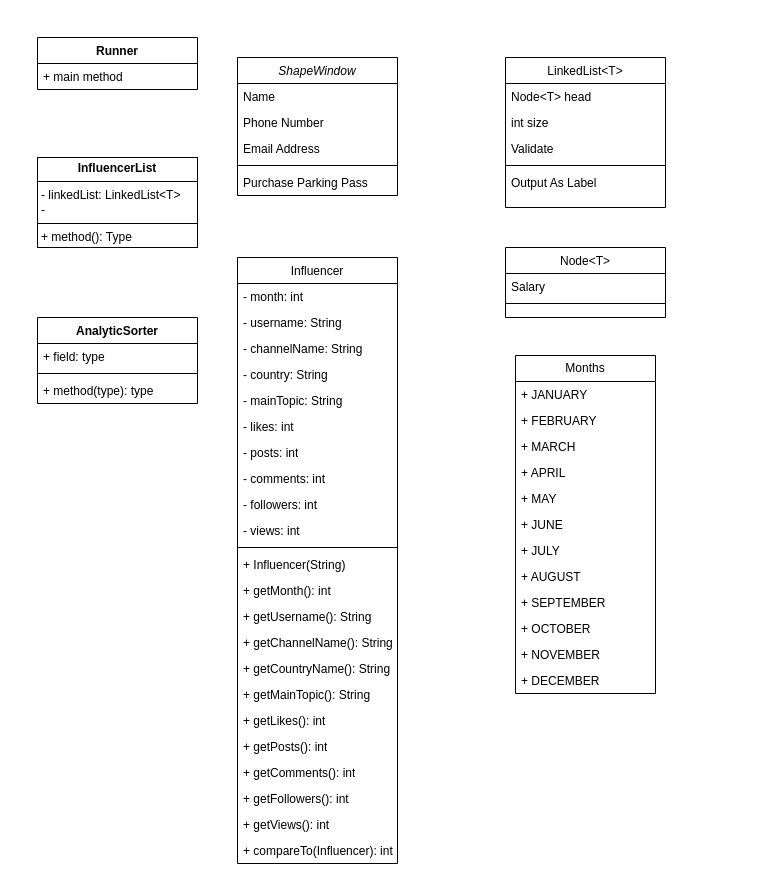
joshuap00/Prj5_UML keeps this draw.io diagram as Project5_UML.drawio. Above is the earlier version. Source tidied: cells renumbered, new cells numbered last; positions are measured from the earlier drawing's top-left corner, leaving out a move shared by most shapes. Both pictures are drawn from the tidied source at 100%, with x=0, y=0 at pixel (37, 37).
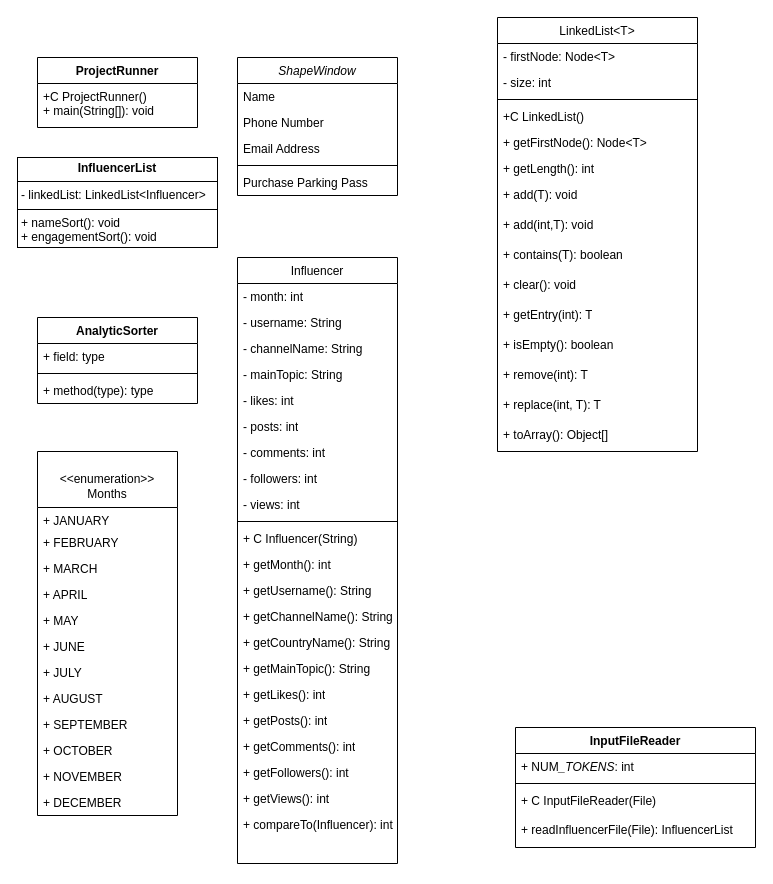
The same diagram, later.

The change refers to these unchanged cells:
```xml
<mxCell id="8" value="Influencer" style="swimlane;fontStyle=0;align=center;verticalAlign=top;horizontal=1;startSize=26;rounded=0;shadow=0;strokeWidth=1;" parent="1" vertex="1">
  <mxGeometry x="200" y="220" width="160" height="606" as="geometry" />
</mxCell>
```

Diff of the diagram source:
```diff
@@
-    <mxCell id="12" value="- country: String" style="text;strokeColor=none;fillColor=none;align=left;verticalAlign=top;spacingLeft=4;spacingRight=4;overflow=hidden;whiteSpace=wrap;html=1;" parent="8" vertex="1">
-      <mxGeometry y="104" width="160" height="26" as="geometry" />
-    </mxCell>
     <mxCell id="13" value="- mainTopic: String" style="text;strokeColor=none;fillColor=none;align=left;verticalAlign=top;spacingLeft=4;spacingRight=4;overflow=hidden;whiteSpace=wrap;html=1;" parent="8" vertex="1">
-      <mxGeometry y="130" width="160" height="26" as="geometry" />
+      <mxGeometry y="104" width="160" height="26" as="geometry" />
     </mxCell>
     <mxCell id="14" value="- likes: int" style="text;strokeColor=none;fillColor=none;align=left;verticalAlign=top;spacingLeft=4;spacingRight=4;overflow=hidden;whiteSpace=wrap;html=1;" parent="8" vertex="1">
-      <mxGeometry y="156" width="160" height="26" as="geometry" />
+      <mxGeometry y="130" width="160" height="26" as="geometry" />
     </mxCell>
     <mxCell id="15" value="- posts: int" style="text;strokeColor=none;fillColor=none;align=left;verticalAlign=top;spacingLeft=4;spacingRight=4;overflow=hidden;whiteSpace=wrap;html=1;" parent="8" vertex="1">
-      <mxGeometry y="182" width="160" height="26" as="geometry" />
+      <mxGeometry y="156" width="160" height="26" as="geometry" />
     </mxCell>
     <mxCell id="16" value="- comments: int" style="text;strokeColor=none;fillColor=none;align=left;verticalAlign=top;spacingLeft=4;spacingRight=4;overflow=hidden;whiteSpace=wrap;html=1;" parent="8" vertex="1">
-      <mxGeometry y="208" width="160" height="26" as="geometry" />
+      <mxGeometry y="182" width="160" height="26" as="geometry" />
     </mxCell>
     <mxCell id="17" value="- followers: int" style="text;strokeColor=none;fillColor=none;align=left;verticalAlign=top;spacingLeft=4;spacingRight=4;overflow=hidden;whiteSpace=wrap;html=1;" parent="8" vertex="1">
-      <mxGeometry y="234" width="160" height="26" as="geometry" />
+      <mxGeometry y="208" width="160" height="26" as="geometry" />
     </mxCell>
     <mxCell id="18" value="- views: int" style="text;strokeColor=none;fillColor=none;align=left;verticalAlign=top;spacingLeft=4;spacingRight=4;overflow=hidden;whiteSpace=wrap;html=1;" parent="8" vertex="1">
-      <mxGeometry y="260" width="160" height="26" as="geometry" />
+      <mxGeometry y="234" width="160" height="26" as="geometry" />
     </mxCell>
     <mxCell id="19" style="line;html=1;strokeWidth=1;align=left;verticalAlign=middle;spacingTop=-1;spacingLeft=3;spacingRight=3;labelPosition=right;" parent="8" vertex="1">
-      <mxGeometry y="286" width="160" height="8" as="geometry" />
+      <mxGeometry y="260" width="160" height="8" as="geometry" />
     </mxCell>
-    <mxCell id="20" value="+ Influencer(String)" style="text;strokeColor=none;fillColor=none;align=left;verticalAlign=top;spacingLeft=4;spacingRight=4;overflow=hidden;whiteSpace=wrap;html=1;" parent="8" vertex="1">
-      <mxGeometry y="294" width="160" height="26" as="geometry" />
+    <mxCell id="20" value="+ C Influencer(String)" style="text;strokeColor=none;fillColor=none;align=left;verticalAlign=top;spacingLeft=4;spacingRight=4;overflow=hidden;whiteSpace=wrap;html=1;" parent="8" vertex="1">
+      <mxGeometry y="268" width="160" height="26" as="geometry" />
     </mxCell>
     <mxCell id="21" value="+ getMonth(): int" style="text;strokeColor=none;fillColor=none;align=left;verticalAlign=top;spacingLeft=4;spacingRight=4;overflow=hidden;whiteSpace=wrap;html=1;" parent="8" vertex="1">
-      <mxGeometry y="320" width="160" height="26" as="geometry" />
+      <mxGeometry y="294" width="160" height="26" as="geometry" />
     </mxCell>
     <mxCell id="22" value="+ getUsername(): String" style="text;strokeColor=none;fillColor=none;align=left;verticalAlign=top;spacingLeft=4;spacingRight=4;overflow=hidden;whiteSpace=wrap;html=1;" parent="8" vertex="1">
-      <mxGeometry y="346" width="160" height="26" as="geometry" />
+      <mxGeometry y="320" width="160" height="26" as="geometry" />
     </mxCell>
     <mxCell id="23" value="+ getChannelName(): String" style="text;strokeColor=none;fillColor=none;align=left;verticalAlign=top;spacingLeft=4;spacingRight=4;overflow=hidden;whiteSpace=wrap;html=1;" parent="8" vertex="1">
-      <mxGeometry y="372" width="160" height="26" as="geometry" />
+      <mxGeometry y="346" width="160" height="26" as="geometry" />
     </mxCell>
     <mxCell id="24" value="+ getCountryName(): String" style="text;strokeColor=none;fillColor=none;align=left;verticalAlign=top;spacingLeft=4;spacingRight=4;overflow=hidden;whiteSpace=wrap;html=1;" parent="8" vertex="1">
-      <mxGeometry y="398" width="160" height="26" as="geometry" />
+      <mxGeometry y="372" width="160" height="26" as="geometry" />
     </mxCell>
     <mxCell id="25" value="+ getMainTopic(): String" style="text;strokeColor=none;fillColor=none;align=left;verticalAlign=top;spacingLeft=4;spacingRight=4;overflow=hidden;whiteSpace=wrap;html=1;" parent="8" vertex="1">
-      <mxGeometry y="424" width="160" height="26" as="geometry" />
+      <mxGeometry y="398" width="160" height="26" as="geometry" />
     </mxCell>
     <mxCell id="26" value="+ getLikes(): int" style="text;strokeColor=none;fillColor=none;align=left;verticalAlign=top;spacingLeft=4;spacingRight=4;overflow=hidden;whiteSpace=wrap;html=1;" parent="8" vertex="1">
-      <mxGeometry y="450" width="160" height="26" as="geometry" />
+      <mxGeometry y="424" width="160" height="26" as="geometry" />
     </mxCell>
     <mxCell id="27" value="+ getPosts(): int" style="text;strokeColor=none;fillColor=none;align=left;verticalAlign=top;spacingLeft=4;spacingRight=4;overflow=hidden;whiteSpace=wrap;html=1;" parent="8" vertex="1">
-      <mxGeometry y="476" width="160" height="26" as="geometry" />
+      <mxGeometry y="450" width="160" height="26" as="geometry" />
     </mxCell>
     <mxCell id="28" value="+ getComments(): int" style="text;strokeColor=none;fillColor=none;align=left;verticalAlign=top;spacingLeft=4;spacingRight=4;overflow=hidden;whiteSpace=wrap;html=1;" parent="8" vertex="1">
-      <mxGeometry y="502" width="160" height="26" as="geometry" />
+      <mxGeometry y="476" width="160" height="26" as="geometry" />
     </mxCell>
     <mxCell id="29" value="+ getFollowers(): int" style="text;strokeColor=none;fillColor=none;align=left;verticalAlign=top;spacingLeft=4;spacingRight=4;overflow=hidden;whiteSpace=wrap;html=1;" parent="8" vertex="1">
-      <mxGeometry y="528" width="160" height="26" as="geometry" />
+      <mxGeometry y="502" width="160" height="26" as="geometry" />
     </mxCell>
     <mxCell id="30" value="+ getViews(): int" style="text;strokeColor=none;fillColor=none;align=left;verticalAlign=top;spacingLeft=4;spacingRight=4;overflow=hidden;whiteSpace=wrap;html=1;" parent="8" vertex="1">
-      <mxGeometry y="554" width="160" height="26" as="geometry" />
+      <mxGeometry y="528" width="160" height="26" as="geometry" />
     </mxCell>
     <mxCell id="31" value="+ compareTo(Influencer): int" style="text;strokeColor=none;fillColor=none;align=left;verticalAlign=top;spacingLeft=4;spacingRight=4;overflow=hidden;whiteSpace=wrap;html=1;" parent="8" vertex="1">
-      <mxGeometry y="580" width="160" height="26" as="geometry" />
+      <mxGeometry y="554" width="160" height="26" as="geometry" />
     </mxCell>
-    <mxCell id="32" value="Node&lt;T&gt;" style="swimlane;fontStyle=0;align=center;verticalAlign=top;horizontal=1;startSize=26;rounded=0;shadow=0;strokeWidth=1;" parent="1" vertex="1">
-      <mxGeometry x="468" y="210" width="160" height="70" as="geometry" />
-    </mxCell>
-    <mxCell id="33" value="Salary" style="text;align=left;verticalAlign=top;spacingLeft=4;spacingRight=4;overflow=hidden;" parent="32" vertex="1">
-      <mxGeometry y="26" width="160" height="26" as="geometry" />
-    </mxCell>
-    <mxCell id="34" style="line;html=1;strokeWidth=1;align=left;verticalAlign=middle;spacingTop=-1;spacingLeft=3;spacingRight=3;labelPosition=right;" parent="32" vertex="1">
-      <mxGeometry y="52" width="160" height="8" as="geometry" />
-    </mxCell>
     <mxCell id="35" value="LinkedList&lt;T&gt;" style="swimlane;fontStyle=0;align=center;verticalAlign=top;horizontal=1;startSize=26;rounded=0;shadow=0;strokeWidth=1;" parent="1" vertex="1">
-      <mxGeometry x="468" y="20" width="160" height="150" as="geometry" />
+      <mxGeometry x="460" y="-20" width="200" height="434" as="geometry" />
     </mxCell>
-    <mxCell id="36" value="Node&lt;T&gt; head" style="text;align=left;verticalAlign=top;spacingLeft=4;spacingRight=4;overflow=hidden;" parent="35" vertex="1">
-      <mxGeometry y="26" width="160" height="26" as="geometry" />
-    </mxCell>
-    <mxCell id="37" value="int size&#10;" style="text;align=left;verticalAlign=top;spacingLeft=4;spacingRight=4;overflow=hidden;rounded=0;shadow=0;html=0;" parent="35" vertex="1">
-      <mxGeometry y="52" width="160" height="26" as="geometry" />
+    <mxCell id="37" value="- firstNode: Node&lt;T&gt;&#10;" style="text;align=left;verticalAlign=top;spacingLeft=4;spacingRight=4;overflow=hidden;rounded=0;shadow=0;html=0;" parent="35" vertex="1">
+      <mxGeometry y="26" width="200" height="26" as="geometry" />
     </mxCell>
-    <mxCell id="38" value="Validate" style="text;align=left;verticalAlign=top;spacingLeft=4;spacingRight=4;overflow=hidden;" parent="35" vertex="1">
-      <mxGeometry y="78" width="160" height="26" as="geometry" />
-    </mxCell>
+    <mxCell id="61" value="- size: int" style="text;strokeColor=none;fillColor=none;align=left;verticalAlign=top;spacingLeft=4;spacingRight=4;overflow=hidden;whiteSpace=wrap;html=1;" parent="35" vertex="1">
+      <mxGeometry y="52" width="200" height="26" as="geometry" />
+    </mxCell>
     <mxCell id="39" style="line;html=1;strokeWidth=1;align=left;verticalAlign=middle;spacingTop=-1;spacingLeft=3;spacingRight=3;labelPosition=right;" parent="35" vertex="1">
-      <mxGeometry y="104" width="160" height="8" as="geometry" />
+      <mxGeometry y="78" width="200" height="8" as="geometry" />
     </mxCell>
-    <mxCell id="40" value="Output As Label" style="text;align=left;verticalAlign=top;spacingLeft=4;spacingRight=4;overflow=hidden;" parent="35" vertex="1">
-      <mxGeometry y="112" width="160" height="26" as="geometry" />
-    </mxCell>
+    <mxCell id="62" value="+C LinkedList()" style="text;strokeColor=none;fillColor=none;align=left;verticalAlign=top;spacingLeft=4;spacingRight=4;overflow=hidden;whiteSpace=wrap;html=1;" parent="35" vertex="1">
+      <mxGeometry y="86" width="200" height="26" as="geometry" />
+    </mxCell>
+    <mxCell id="63" value="+ getFirstNode(): Node&amp;lt;T&amp;gt;" style="text;strokeColor=none;fillColor=none;align=left;verticalAlign=top;spacingLeft=4;spacingRight=4;overflow=hidden;whiteSpace=wrap;html=1;" parent="35" vertex="1">
+      <mxGeometry y="112" width="200" height="26" as="geometry" />
+    </mxCell>
+    <mxCell id="64" value="+ getLength(): int" style="text;strokeColor=none;fillColor=none;align=left;verticalAlign=top;spacingLeft=4;spacingRight=4;overflow=hidden;whiteSpace=wrap;html=1;" parent="35" vertex="1">
+      <mxGeometry y="138" width="200" height="26" as="geometry" />
+    </mxCell>
+    <mxCell id="65" value="+ add(T): void&lt;span style=&quot;white-space: normal;&quot;&gt;&amp;nbsp;&lt;/span&gt;" style="text;strokeColor=none;fillColor=none;align=left;verticalAlign=top;spacingLeft=4;spacingRight=4;overflow=hidden;whiteSpace=wrap;html=1;" parent="35" vertex="1">
+      <mxGeometry y="164" width="200" height="30" as="geometry" />
+    </mxCell>
+    <mxCell id="66" value="+ add(int,T): void&lt;span style=&quot;white-space: normal;&quot;&gt;&amp;nbsp;&lt;/span&gt;" style="text;strokeColor=none;fillColor=none;align=left;verticalAlign=top;spacingLeft=4;spacingRight=4;overflow=hidden;whiteSpace=wrap;html=1;" parent="35" vertex="1">
+      <mxGeometry y="194" width="200" height="30" as="geometry" />
+    </mxCell>
+    <mxCell id="67" value="+&amp;nbsp;contains(T): boolean" style="text;strokeColor=none;fillColor=none;align=left;verticalAlign=top;spacingLeft=4;spacingRight=4;overflow=hidden;whiteSpace=wrap;html=1;" parent="35" vertex="1">
+      <mxGeometry y="224" width="200" height="30" as="geometry" />
+    </mxCell>
+    <mxCell id="68" value="+ clear(): void" style="text;strokeColor=none;fillColor=none;align=left;verticalAlign=top;spacingLeft=4;spacingRight=4;overflow=hidden;whiteSpace=wrap;html=1;" parent="35" vertex="1">
+      <mxGeometry y="254" width="200" height="30" as="geometry" />
+    </mxCell>
+    <mxCell id="69" value="+&amp;nbsp;getEntry(int): T" style="text;strokeColor=none;fillColor=none;align=left;verticalAlign=top;spacingLeft=4;spacingRight=4;overflow=hidden;whiteSpace=wrap;html=1;" parent="35" vertex="1">
+      <mxGeometry y="284" width="200" height="30" as="geometry" />
+    </mxCell>
+    <mxCell id="70" value="+&amp;nbsp;isEmpty(): boolean" style="text;strokeColor=none;fillColor=none;align=left;verticalAlign=top;spacingLeft=4;spacingRight=4;overflow=hidden;whiteSpace=wrap;html=1;" parent="35" vertex="1">
+      <mxGeometry y="314" width="200" height="30" as="geometry" />
+    </mxCell>
+    <mxCell id="71" value="+&amp;nbsp;remove(int): T" style="text;strokeColor=none;fillColor=none;align=left;verticalAlign=top;spacingLeft=4;spacingRight=4;overflow=hidden;whiteSpace=wrap;html=1;" parent="35" vertex="1">
+      <mxGeometry y="344" width="200" height="30" as="geometry" />
+    </mxCell>
+    <mxCell id="72" value="+&amp;nbsp;replace(int, T): T" style="text;strokeColor=none;fillColor=none;align=left;verticalAlign=top;spacingLeft=4;spacingRight=4;overflow=hidden;whiteSpace=wrap;html=1;" parent="35" vertex="1">
+      <mxGeometry y="374" width="200" height="30" as="geometry" />
+    </mxCell>
+    <mxCell id="73" value="+&amp;nbsp;&lt;span style=&quot;white-space: normal;&quot;&gt;toArray(): Object[]&amp;nbsp;&lt;/span&gt;" style="text;strokeColor=none;fillColor=none;align=left;verticalAlign=top;spacingLeft=4;spacingRight=4;overflow=hidden;whiteSpace=wrap;html=1;" parent="35" vertex="1">
+      <mxGeometry y="404" width="200" height="30" as="geometry" />
+    </mxCell>
-    <mxCell id="41" value="&lt;p style=&quot;margin:0px;margin-top:4px;text-align:center;&quot;&gt;&lt;b&gt;InfluencerList&lt;/b&gt;&lt;/p&gt;&lt;hr size=&quot;1&quot; style=&quot;border-style:solid;&quot;&gt;&lt;p style=&quot;margin:0px;margin-left:4px;&quot;&gt;- linkedList: LinkedList&amp;lt;T&amp;gt;&lt;/p&gt;&lt;p style=&quot;margin:0px;margin-left:4px;&quot;&gt;-&amp;nbsp;&lt;/p&gt;&lt;hr size=&quot;1&quot; style=&quot;border-style:solid;&quot;&gt;&lt;p style=&quot;margin:0px;margin-left:4px;&quot;&gt;+ method(): Type&lt;/p&gt;" style="verticalAlign=top;align=left;overflow=fill;html=1;whiteSpace=wrap;" parent="1" vertex="1">
-      <mxGeometry y="120" width="160" height="90" as="geometry" />
+    <mxCell id="41" value="&lt;p style=&quot;margin:0px;margin-top:4px;text-align:center;&quot;&gt;&lt;b&gt;InfluencerList&lt;/b&gt;&lt;/p&gt;&lt;hr size=&quot;1&quot; style=&quot;border-style:solid;&quot;&gt;&lt;p style=&quot;margin:0px;margin-left:4px;&quot;&gt;- linkedList: LinkedList&amp;lt;Influencer&amp;gt;&lt;/p&gt;&lt;hr size=&quot;1&quot; style=&quot;border-style:solid;&quot;&gt;&lt;p style=&quot;margin:0px;margin-left:4px;&quot;&gt;+ nameSort(): void&lt;/p&gt;&lt;p style=&quot;margin:0px;margin-left:4px;&quot;&gt;+ engagementSort(): void&lt;/p&gt;&lt;p style=&quot;margin:0px;margin-left:4px;&quot;&gt;&lt;br&gt;&lt;/p&gt;" style="verticalAlign=top;align=left;overflow=fill;html=1;whiteSpace=wrap;" parent="1" vertex="1">
+      <mxGeometry x="-20" y="120" width="200" height="90" as="geometry" />
     </mxCell>
+    <mxCell id="74" value="InputFileReader" style="swimlane;fontStyle=1;align=center;verticalAlign=top;horizontal=1;startSize=26;whiteSpace=wrap;html=1;" parent="1" vertex="1">
+      <mxGeometry x="478" y="690" width="240" height="120" as="geometry" />
+    </mxCell>
+    <mxCell id="75" value="+ NUM&lt;i&gt;_TOKENS&lt;/i&gt;: int" style="text;strokeColor=none;fillColor=none;align=left;verticalAlign=top;spacingLeft=4;spacingRight=4;overflow=hidden;whiteSpace=wrap;html=1;" parent="74" vertex="1">
+      <mxGeometry y="26" width="240" height="26" as="geometry" />
+    </mxCell>
+    <mxCell id="76" style="line;strokeWidth=1;fillColor=none;align=left;verticalAlign=middle;spacingTop=-1;spacingLeft=3;spacingRight=3;labelPosition=right;strokeColor=inherit;" parent="74" vertex="1">
+      <mxGeometry y="52" width="240" height="8" as="geometry" />
+    </mxCell>
+    <mxCell id="77" value="&lt;div&gt;+ C InputFileReader(File)&lt;/div&gt;&lt;div&gt;&lt;br&gt;&lt;/div&gt;+ readInfluencerFile(File): InfluencerList&lt;div&gt;&lt;div&gt;&lt;br&gt;&lt;/div&gt;&lt;/div&gt;" style="text;strokeColor=none;fillColor=none;align=left;verticalAlign=top;spacingLeft=4;spacingRight=4;overflow=hidden;whiteSpace=wrap;html=1;" parent="74" vertex="1">
+      <mxGeometry y="60" width="240" height="60" as="geometry" />
+    </mxCell>
-    <mxCell id="42" value="Months" style="swimlane;fontStyle=0;horizontal=1;startSize=26;fillColor=none;whiteSpace=wrap;html=1;" parent="1" vertex="1">
-      <mxGeometry x="478" y="318" width="140" height="338" as="geometry" />
+    <mxCell id="42" value="&lt;div&gt;&lt;br&gt;&lt;/div&gt;&lt;div&gt;&amp;lt;&amp;lt;enumeration&amp;gt;&amp;gt;&lt;/div&gt;Months" style="swimlane;fontStyle=0;horizontal=1;startSize=56;fillColor=none;whiteSpace=wrap;html=1;" parent="1" vertex="1">
+      <mxGeometry y="414" width="140" height="364" as="geometry" />
     </mxCell>
     <mxCell id="43" value="+ JANUARY" style="text;strokeColor=none;fillColor=none;align=left;verticalAlign=top;spacingLeft=4;spacingRight=4;overflow=hidden;whiteSpace=wrap;html=1;" parent="42" vertex="1">
-      <mxGeometry y="26" width="140" height="26" as="geometry" />
+      <mxGeometry y="56" width="140" height="22" as="geometry" />
     </mxCell>
     <mxCell id="44" value="+ FEBRUARY" style="text;strokeColor=none;fillColor=none;align=left;verticalAlign=top;spacingLeft=4;spacingRight=4;overflow=hidden;whiteSpace=wrap;html=1;" parent="42" vertex="1">
-      <mxGeometry y="52" width="140" height="26" as="geometry" />
+      <mxGeometry y="78" width="140" height="26" as="geometry" />
     </mxCell>
     <mxCell id="45" value="+ MARCH" style="text;strokeColor=none;fillColor=none;align=left;verticalAlign=top;spacingLeft=4;spacingRight=4;overflow=hidden;whiteSpace=wrap;html=1;" parent="42" vertex="1">
-      <mxGeometry y="78" width="140" height="26" as="geometry" />
+      <mxGeometry y="104" width="140" height="26" as="geometry" />
     </mxCell>
     <mxCell id="46" value="+ APRIL" style="text;strokeColor=none;fillColor=none;align=left;verticalAlign=top;spacingLeft=4;spacingRight=4;overflow=hidden;whiteSpace=wrap;html=1;" parent="42" vertex="1">
-      <mxGeometry y="104" width="140" height="26" as="geometry" />
+      <mxGeometry y="130" width="140" height="26" as="geometry" />
     </mxCell>
     <mxCell id="47" value="+ MAY" style="text;strokeColor=none;fillColor=none;align=left;verticalAlign=top;spacingLeft=4;spacingRight=4;overflow=hidden;whiteSpace=wrap;html=1;" parent="42" vertex="1">
-      <mxGeometry y="130" width="140" height="26" as="geometry" />
+      <mxGeometry y="156" width="140" height="26" as="geometry" />
     </mxCell>
     <mxCell id="48" value="+ JUNE" style="text;strokeColor=none;fillColor=none;align=left;verticalAlign=top;spacingLeft=4;spacingRight=4;overflow=hidden;whiteSpace=wrap;html=1;" parent="42" vertex="1">
-      <mxGeometry y="156" width="140" height="26" as="geometry" />
+      <mxGeometry y="182" width="140" height="26" as="geometry" />
     </mxCell>
     <mxCell id="49" value="+ JULY" style="text;strokeColor=none;fillColor=none;align=left;verticalAlign=top;spacingLeft=4;spacingRight=4;overflow=hidden;whiteSpace=wrap;html=1;" parent="42" vertex="1">
-      <mxGeometry y="182" width="140" height="26" as="geometry" />
+      <mxGeometry y="208" width="140" height="26" as="geometry" />
     </mxCell>
     <mxCell id="50" value="+ AUGUST" style="text;strokeColor=none;fillColor=none;align=left;verticalAlign=top;spacingLeft=4;spacingRight=4;overflow=hidden;whiteSpace=wrap;html=1;" parent="42" vertex="1">
-      <mxGeometry y="208" width="140" height="26" as="geometry" />
+      <mxGeometry y="234" width="140" height="26" as="geometry" />
     </mxCell>
     <mxCell id="51" value="+ SEPTEMBER" style="text;strokeColor=none;fillColor=none;align=left;verticalAlign=top;spacingLeft=4;spacingRight=4;overflow=hidden;whiteSpace=wrap;html=1;" parent="42" vertex="1">
-      <mxGeometry y="234" width="140" height="26" as="geometry" />
+      <mxGeometry y="260" width="140" height="26" as="geometry" />
     </mxCell>
     <mxCell id="52" value="+ OCTOBER" style="text;strokeColor=none;fillColor=none;align=left;verticalAlign=top;spacingLeft=4;spacingRight=4;overflow=hidden;whiteSpace=wrap;html=1;" parent="42" vertex="1">
-      <mxGeometry y="260" width="140" height="26" as="geometry" />
+      <mxGeometry y="286" width="140" height="26" as="geometry" />
     </mxCell>
     <mxCell id="53" value="+ NOVEMBER" style="text;strokeColor=none;fillColor=none;align=left;verticalAlign=top;spacingLeft=4;spacingRight=4;overflow=hidden;whiteSpace=wrap;html=1;" parent="42" vertex="1">
-      <mxGeometry y="286" width="140" height="26" as="geometry" />
+      <mxGeometry y="312" width="140" height="26" as="geometry" />
     </mxCell>
     <mxCell id="54" value="+ DECEMBER" style="text;strokeColor=none;fillColor=none;align=left;verticalAlign=top;spacingLeft=4;spacingRight=4;overflow=hidden;whiteSpace=wrap;html=1;" parent="42" vertex="1">
-      <mxGeometry y="312" width="140" height="26" as="geometry" />
+      <mxGeometry y="338" width="140" height="26" as="geometry" />
     </mxCell>
@@
-    <mxCell id="59" value="Runner" style="swimlane;fontStyle=1;align=center;verticalAlign=top;horizontal=1;startSize=26;whiteSpace=wrap;html=1;" parent="1" vertex="1">
-      <mxGeometry width="160" height="52" as="geometry" />
-    </mxCell>
-    <mxCell id="60" value="+ main method" style="text;strokeColor=none;fillColor=none;align=left;verticalAlign=top;spacingLeft=4;spacingRight=4;overflow=hidden;whiteSpace=wrap;html=1;" parent="59" vertex="1">
-      <mxGeometry y="26" width="160" height="26" as="geometry" />
-    </mxCell>
+    <mxCell id="78" value="ProjectRunner" style="swimlane;fontStyle=1;align=center;verticalAlign=top;horizontal=1;startSize=26;whiteSpace=wrap;html=1;" parent="1" vertex="1">
+      <mxGeometry y="20" width="160" height="70" as="geometry" />
+    </mxCell>
+    <mxCell id="79" value="+C ProjectRunner()&lt;div&gt;+ main(String[]): void&lt;/div&gt;" style="text;strokeColor=none;fillColor=none;align=left;verticalAlign=top;spacingLeft=4;spacingRight=4;overflow=hidden;whiteSpace=wrap;html=1;" parent="78" vertex="1">
+      <mxGeometry y="26" width="160" height="44" as="geometry" />
+    </mxCell>
```
